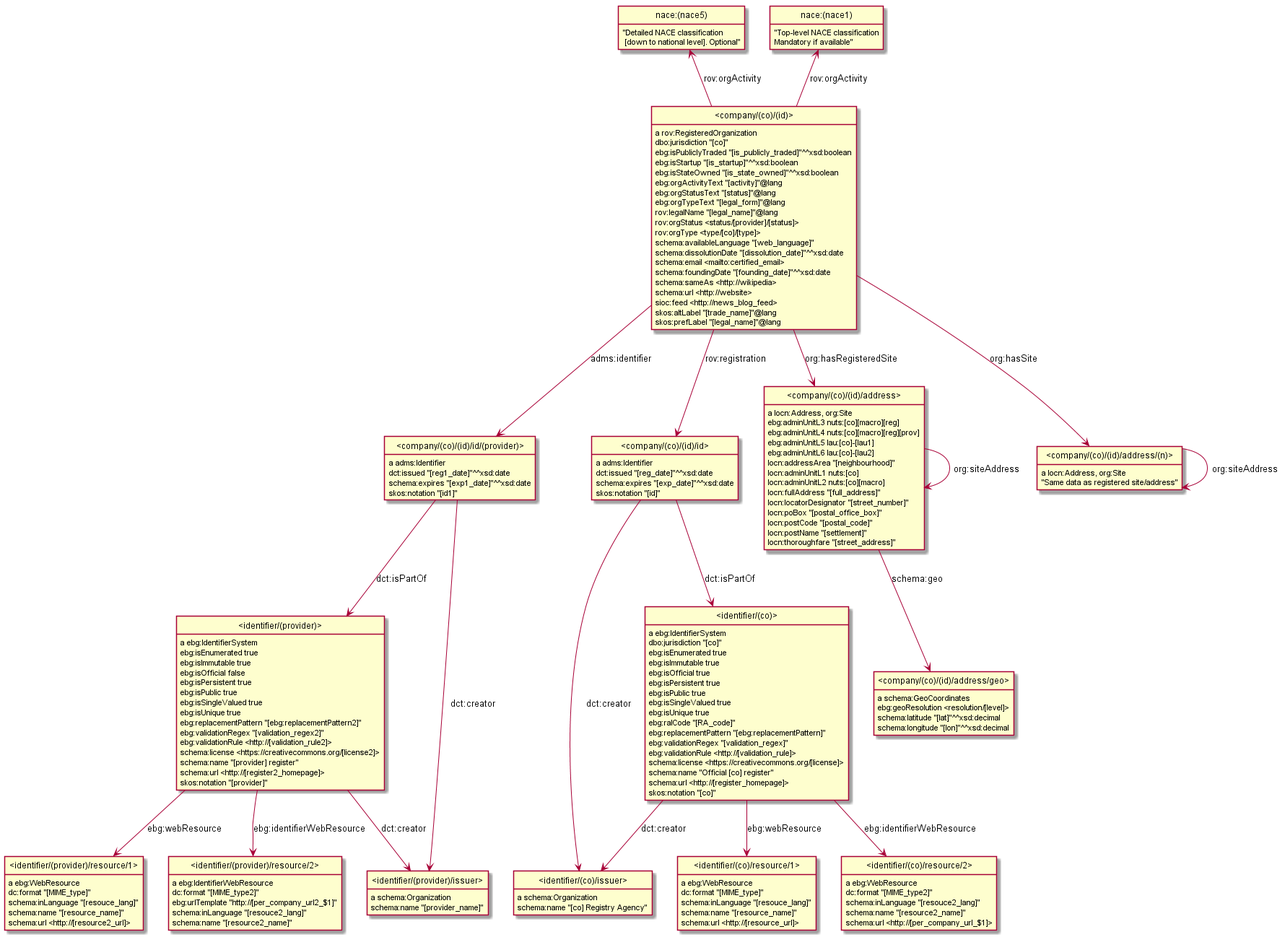
This is model/images/company.png from euBusinessGraph/eubg-data, a PlantUML export, as it was before one commit.
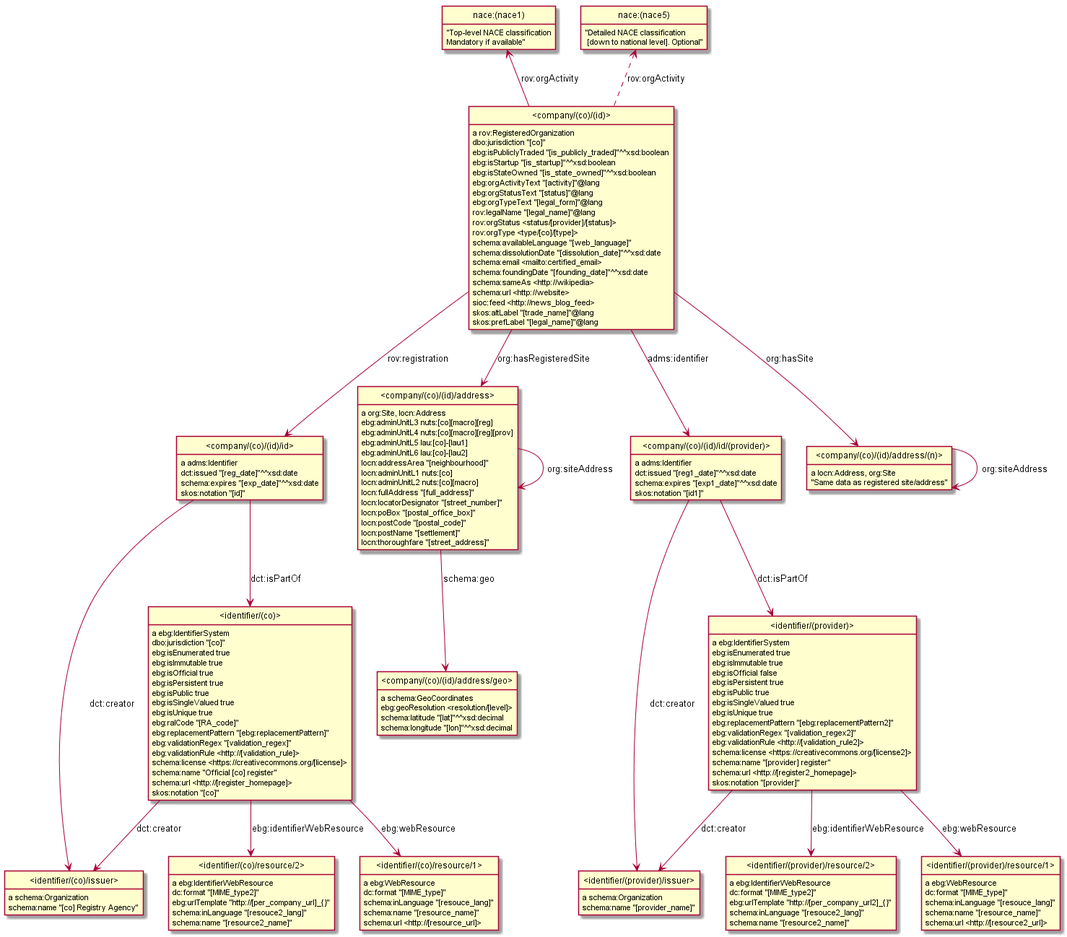
After the commit.

Commit message:
fix identifierWebResource, urlTemplate

Change to the diagram source:
```diff
@@ -3,98 +3,20 @@
 hide empty attributes
 hide circle
 skinparam classAttributeIconSize 0
-class _identifier_provider_ as "<identifier/(provider)>"
-_identifier_provider_ : a ebg:IdentifierSystem
-class _identifier_provider_resource_1_ as "<identifier/(provider)/resource/1>"
-_identifier_provider_ -down-> _identifier_provider_resource_1_ : ebg:webResource
-class _identifier_provider_resource_2_ as "<identifier/(provider)/resource/2>"
-_identifier_provider_ -down-> _identifier_provider_resource_2_ : ebg:identifierWebResource
-class _identifier_provider_issuer_ as "<identifier/(provider)/issuer>"
-_identifier_provider_ -down-> _identifier_provider_issuer_ : dct:creator
-_identifier_provider_ : ebg:isEnumerated true
-_identifier_provider_ : ebg:isImmutable true
-_identifier_provider_ : ebg:isOfficial false
-_identifier_provider_ : ebg:isPersistent true
-_identifier_provider_ : ebg:isPublic true
-_identifier_provider_ : ebg:isSingleValued true
-_identifier_provider_ : ebg:isUnique true
-_identifier_provider_ : ebg:replacementPattern "[ebg:replacementPattern2]"
-_identifier_provider_ : ebg:validationRegex "[validation_regex2]"
-_identifier_provider_ : ebg:validationRule <http://[validation_rule2]>
-_identifier_provider_ : schema:license <https://creativecommons.org/[license2]>
-_identifier_provider_ : schema:name "[provider] register"
-_identifier_provider_ : schema:url <http://[register2_homepage]>
-_identifier_provider_ : skos:notation "[provider]"
-_identifier_provider_resource_2_ : a ebg:IdentifierWebResource
-_identifier_provider_resource_2_ : dc:format "[MIME_type2]"
-_identifier_provider_resource_2_ : ebg:urlTemplate "http://[per_company_url2_$1]"
-_identifier_provider_resource_2_ : schema:inLanguage "[resouce2_lang]"
-_identifier_provider_resource_2_ : schema:name "[resource2_name]"
-class nace_nace1_ as "nace:(nace1)"
-nace_nace1_ :  "Top-level NACE classification\nMandatory if available"
-class _company_co_id_address_geo_ as "<company/(co)/(id)/address/geo>"
-_company_co_id_address_geo_ : a schema:GeoCoordinates
-_company_co_id_address_geo_ : ebg:geoResolution <resolution/[level]>
-_company_co_id_address_geo_ : schema:latitude "[lat]"^^xsd:decimal
-_company_co_id_address_geo_ : schema:longitude "[lon]"^^xsd:decimal
-_identifier_provider_issuer_ : a schema:Organization
-_identifier_provider_issuer_ : schema:name "[provider_name]"
-class _identifier_co_resource_1_ as "<identifier/(co)/resource/1>"
-_identifier_co_resource_1_ : a ebg:WebResource
-_identifier_co_resource_1_ : dc:format "[MIME_type]"
-_identifier_co_resource_1_ : schema:inLanguage "[resouce_lang]"
-_identifier_co_resource_1_ : schema:name "[resource_name]"
-_identifier_co_resource_1_ : schema:url <http://[resource_url]>
-_identifier_provider_resource_1_ : a ebg:WebResource
-_identifier_provider_resource_1_ : dc:format "[MIME_type]"
-_identifier_provider_resource_1_ : schema:inLanguage "[resouce_lang]"
-_identifier_provider_resource_1_ : schema:name "[resource_name]"
-_identifier_provider_resource_1_ : schema:url <http://[resource2_url]>
-class _identifier_co_issuer_ as "<identifier/(co)/issuer>"
-_identifier_co_issuer_ : a schema:Organization
-_identifier_co_issuer_ : schema:name "[co] Registry Agency"
-class nace_nace5_ as "nace:(nace5)"
-nace_nace5_ :  "Detailed NACE classification\n [down to national level]. Optional"
-class _company_co_id_id_provider_ as "<company/(co)/(id)/id/(provider)>"
-_company_co_id_id_provider_ : a adms:Identifier
-_company_co_id_id_provider_ -down-> _identifier_provider_issuer_ : dct:creator
-_company_co_id_id_provider_ -down-> _identifier_provider_ : dct:isPartOf
-_company_co_id_id_provider_ : dct:issued "[reg1_date]"^^xsd:date
-_company_co_id_id_provider_ : schema:expires "[exp1_date]"^^xsd:date
-_company_co_id_id_provider_ : skos:notation "[id1]"
-class _identifier_co_ as "<identifier/(co)>"
-_identifier_co_ : a ebg:IdentifierSystem
-class _identifier_co_resource_2_ as "<identifier/(co)/resource/2>"
-_identifier_co_ -down-> _identifier_co_resource_2_ : ebg:identifierWebResource
-_identifier_co_ -down-> _identifier_co_issuer_ : dct:creator
-_identifier_co_ -down-> _identifier_co_resource_1_ : ebg:webResource
-_identifier_co_ : dbo:jurisdiction "[co]"
-_identifier_co_ : ebg:isEnumerated true
-_identifier_co_ : ebg:isImmutable true
-_identifier_co_ : ebg:isOfficial true
-_identifier_co_ : ebg:isPersistent true
-_identifier_co_ : ebg:isPublic true
-_identifier_co_ : ebg:isSingleValued true
-_identifier_co_ : ebg:isUnique true
-_identifier_co_ : ebg:ralCode "[RA_code]"
-_identifier_co_ : ebg:replacementPattern "[ebg:replacementPattern]"
-_identifier_co_ : ebg:validationRegex "[validation_regex]"
-_identifier_co_ : ebg:validationRule <http://[validation_rule]>
-_identifier_co_ : schema:license <https://creativecommons.org/[license]>
-_identifier_co_ : schema:name "Official [co] register"
-_identifier_co_ : schema:url <http://[register_homepage]>
-_identifier_co_ : skos:notation "[co]"
 class _company_co_id_id_ as "<company/(co)/(id)/id>"
 _company_co_id_id_ : a adms:Identifier
+class _identifier_co_issuer_ as "<identifier/(co)/issuer>"
 _company_co_id_id_ -down-> _identifier_co_issuer_ : dct:creator
+class _identifier_co_ as "<identifier/(co)>"
 _company_co_id_id_ -down-> _identifier_co_ : dct:isPartOf
 _company_co_id_id_ : dct:issued "[reg_date]"^^xsd:date
 _company_co_id_id_ : schema:expires "[exp_date]"^^xsd:date
 _company_co_id_id_ : skos:notation "[id]"
 class _company_co_id_address_ as "<company/(co)/(id)/address>"
-_company_co_id_address_ : a locn:Address, org:Site
+_company_co_id_address_ : a org:Site, locn:Address
+_company_co_id_address_ -down-> _company_co_id_address_ : org:siteAddress
+class _company_co_id_address_geo_ as "<company/(co)/(id)/address/geo>"
 _company_co_id_address_ -down-> _company_co_id_address_geo_ : schema:geo
-_company_co_id_address_ -down-> _company_co_id_address_ : org:siteAddress
 _company_co_id_address_ : ebg:adminUnitL3 nuts:[co][macro][reg]
 _company_co_id_address_ : ebg:adminUnitL4 nuts:[co][macro][reg][prov]
 _company_co_id_address_ : ebg:adminUnitL5 lau:[co]-[lau1]
@@ -108,15 +30,40 @@
 _company_co_id_address_ : locn:postCode "[postal_code]"
 _company_co_id_address_ : locn:postName "[settlement]"
 _company_co_id_address_ : locn:thoroughfare "[street_address]"
+_company_co_id_address_geo_ : a schema:GeoCoordinates
+_company_co_id_address_geo_ : ebg:geoResolution <resolution/[level]>
+_company_co_id_address_geo_ : schema:latitude "[lat]"^^xsd:decimal
+_company_co_id_address_geo_ : schema:longitude "[lon]"^^xsd:decimal
+class _company_co_id_id_provider_ as "<company/(co)/(id)/id/(provider)>"
+_company_co_id_id_provider_ : a adms:Identifier
+class _identifier_provider_ as "<identifier/(provider)>"
+_company_co_id_id_provider_ -down-> _identifier_provider_ : dct:isPartOf
+class _identifier_provider_issuer_ as "<identifier/(provider)/issuer>"
+_company_co_id_id_provider_ -down-> _identifier_provider_issuer_ : dct:creator
+_company_co_id_id_provider_ : dct:issued "[reg1_date]"^^xsd:date
+_company_co_id_id_provider_ : schema:expires "[exp1_date]"^^xsd:date
+_company_co_id_id_provider_ : skos:notation "[id1]"
+class _identifier_provider_resource_2_ as "<identifier/(provider)/resource/2>"
+_identifier_provider_resource_2_ : a ebg:IdentifierWebResource
+_identifier_provider_resource_2_ : dc:format "[MIME_type2]"
+_identifier_provider_resource_2_ : ebg:urlTemplate "http://[per_company_url2]_{}"
+_identifier_provider_resource_2_ : schema:inLanguage "[resouce2_lang]"
+_identifier_provider_resource_2_ : schema:name "[resource2_name]"
+class nace_nace5_ as "nace:(nace5)"
+nace_nace5_ :  "Detailed NACE classification\n [down to national level]. Optional"
+class nace_nace1_ as "nace:(nace1)"
+nace_nace1_ :  "Top-level NACE classification\nMandatory if available"
+_identifier_co_issuer_ : a schema:Organization
+_identifier_co_issuer_ : schema:name "[co] Registry Agency"
 class _company_co_id_ as "<company/(co)/(id)>"
 _company_co_id_ : a rov:RegisteredOrganization
-_company_co_id_ -up-> nace_nace1_ : rov:orgActivity
 _company_co_id_ -down-> _company_co_id_id_provider_ : adms:identifier
 class _company_co_id_address_n_ as "<company/(co)/(id)/address/(n)>"
 _company_co_id_ -down-> _company_co_id_address_n_ : org:hasSite
-_company_co_id_ -up-> nace_nace5_ : rov:orgActivity
+_company_co_id_ -down-> _company_co_id_address_ : org:hasRegisteredSite
 _company_co_id_ -down-> _company_co_id_id_ : rov:registration
-_company_co_id_ -down-> _company_co_id_address_ : org:hasRegisteredSite
+_company_co_id_ -up[dashed]-> nace_nace5_ : rov:orgActivity
+_company_co_id_ -up-> nace_nace1_ : rov:orgActivity
 _company_co_id_ : dbo:jurisdiction "[co]"
 _company_co_id_ : ebg:isPubliclyTraded "[is_publicly_traded]"^^xsd:boolean
 _company_co_id_ : ebg:isStartup "[is_startup]"^^xsd:boolean
@@ -136,12 +83,65 @@
 _company_co_id_ : sioc:feed <http://news_blog_feed>
 _company_co_id_ : skos:altLabel "[trade_name]"@lang
 _company_co_id_ : skos:prefLabel "[legal_name]"@lang
-_identifier_co_resource_2_ : a ebg:WebResource
-_identifier_co_resource_2_ : dc:format "[MIME_type2]"
-_identifier_co_resource_2_ : schema:inLanguage "[resouce2_lang]"
-_identifier_co_resource_2_ : schema:name "[resource2_name]"
-_identifier_co_resource_2_ : schema:url <http://[per_company_url_$1]>
 _company_co_id_address_n_ : a locn:Address, org:Site
 _company_co_id_address_n_ -down-> _company_co_id_address_n_ : org:siteAddress
 _company_co_id_address_n_ :  "Same data as registered site/address"
+class _identifier_co_resource_2_ as "<identifier/(co)/resource/2>"
+_identifier_co_resource_2_ : a ebg:IdentifierWebResource
+_identifier_co_resource_2_ : dc:format "[MIME_type2]"
+_identifier_co_resource_2_ : ebg:urlTemplate "http://[per_company_url]_{}"
+_identifier_co_resource_2_ : schema:inLanguage "[resouce2_lang]"
+_identifier_co_resource_2_ : schema:name "[resource2_name]"
+class _identifier_co_resource_1_ as "<identifier/(co)/resource/1>"
+_identifier_co_resource_1_ : a ebg:WebResource
+_identifier_co_resource_1_ : dc:format "[MIME_type]"
+_identifier_co_resource_1_ : schema:inLanguage "[resouce_lang]"
+_identifier_co_resource_1_ : schema:name "[resource_name]"
+_identifier_co_resource_1_ : schema:url <http://[resource_url]>
+_identifier_provider_issuer_ : a schema:Organization
+_identifier_provider_issuer_ : schema:name "[provider_name]"
+_identifier_provider_ : a ebg:IdentifierSystem
+_identifier_provider_ -down-> _identifier_provider_issuer_ : dct:creator
+class _identifier_provider_resource_1_ as "<identifier/(provider)/resource/1>"
+_identifier_provider_ -down-> _identifier_provider_resource_1_ : ebg:webResource
+_identifier_provider_ -down-> _identifier_provider_resource_2_ : ebg:identifierWebResource
+_identifier_provider_ : ebg:isEnumerated true
+_identifier_provider_ : ebg:isImmutable true
+_identifier_provider_ : ebg:isOfficial false
+_identifier_provider_ : ebg:isPersistent true
+_identifier_provider_ : ebg:isPublic true
+_identifier_provider_ : ebg:isSingleValued true
+_identifier_provider_ : ebg:isUnique true
+_identifier_provider_ : ebg:replacementPattern "[ebg:replacementPattern2]"
+_identifier_provider_ : ebg:validationRegex "[validation_regex2]"
+_identifier_provider_ : ebg:validationRule <http://[validation_rule2]>
+_identifier_provider_ : schema:license <https://creativecommons.org/[license2]>
+_identifier_provider_ : schema:name "[provider] register"
+_identifier_provider_ : schema:url <http://[register2_homepage]>
+_identifier_provider_ : skos:notation "[provider]"
+_identifier_co_ : a ebg:IdentifierSystem
+_identifier_co_ -down-> _identifier_co_resource_2_ : ebg:identifierWebResource
+_identifier_co_ -down-> _identifier_co_resource_1_ : ebg:webResource
+_identifier_co_ -down-> _identifier_co_issuer_ : dct:creator
+_identifier_co_ : dbo:jurisdiction "[co]"
+_identifier_co_ : ebg:isEnumerated true
+_identifier_co_ : ebg:isImmutable true
+_identifier_co_ : ebg:isOfficial true
+_identifier_co_ : ebg:isPersistent true
+_identifier_co_ : ebg:isPublic true
+_identifier_co_ : ebg:isSingleValued true
+_identifier_co_ : ebg:isUnique true
+_identifier_co_ : ebg:ralCode "[RA_code]"
+_identifier_co_ : ebg:replacementPattern "[ebg:replacementPattern]"
+_identifier_co_ : ebg:validationRegex "[validation_regex]"
+_identifier_co_ : ebg:validationRule <http://[validation_rule]>
+_identifier_co_ : schema:license <https://creativecommons.org/[license]>
+_identifier_co_ : schema:name "Official [co] register"
+_identifier_co_ : schema:url <http://[register_homepage]>
+_identifier_co_ : skos:notation "[co]"
+_identifier_provider_resource_1_ : a ebg:WebResource
+_identifier_provider_resource_1_ : dc:format "[MIME_type]"
+_identifier_provider_resource_1_ : schema:inLanguage "[resouce_lang]"
+_identifier_provider_resource_1_ : schema:name "[resource_name]"
+_identifier_provider_resource_1_ : schema:url <http://[resource2_url]>
 @enduml
```
